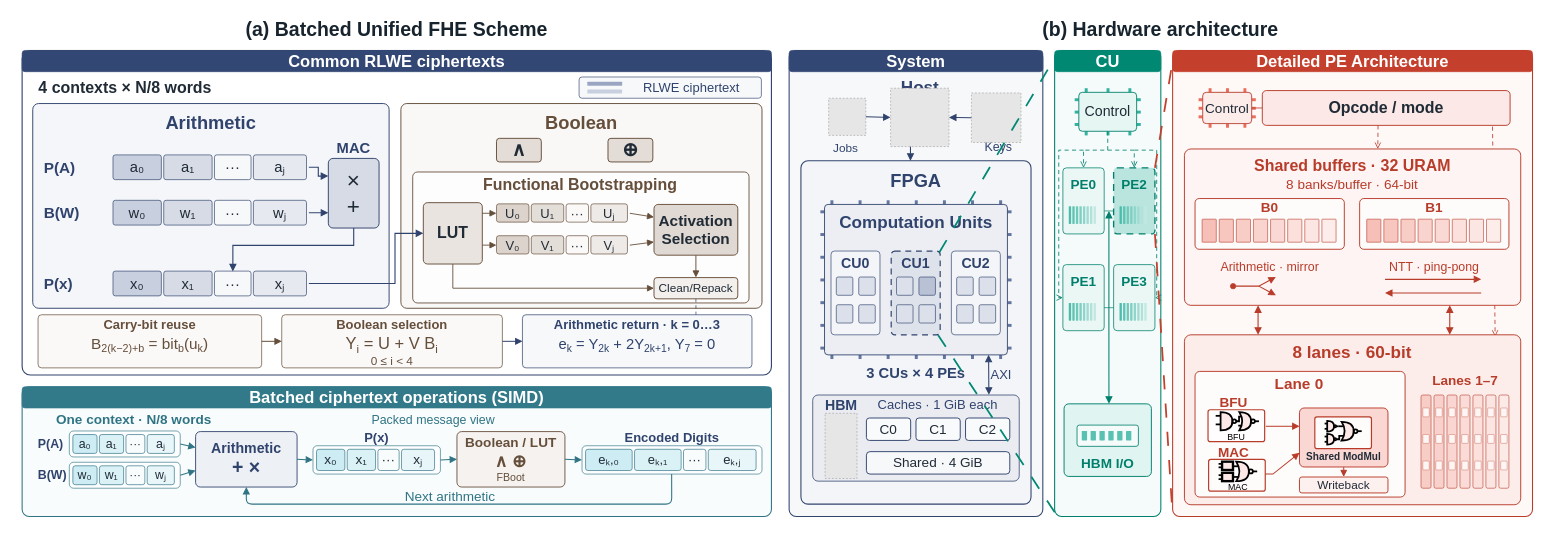
Before: all/DAC2026/CONVOY_Fig1.drawio in ZKY6662017/iodraw-files, a draw.io diagram. Source tidied: cells renumbered, new cells numbered last; positions are measured from the earlier drawing's top-left corner, leaving out a move shared by most shapes. Both pictures are drawn from the tidied source at 59%, with x=0, y=0 at pixel (10, 10). Pictures stored in the file or linked from it are replaced by grey dashed boxes.
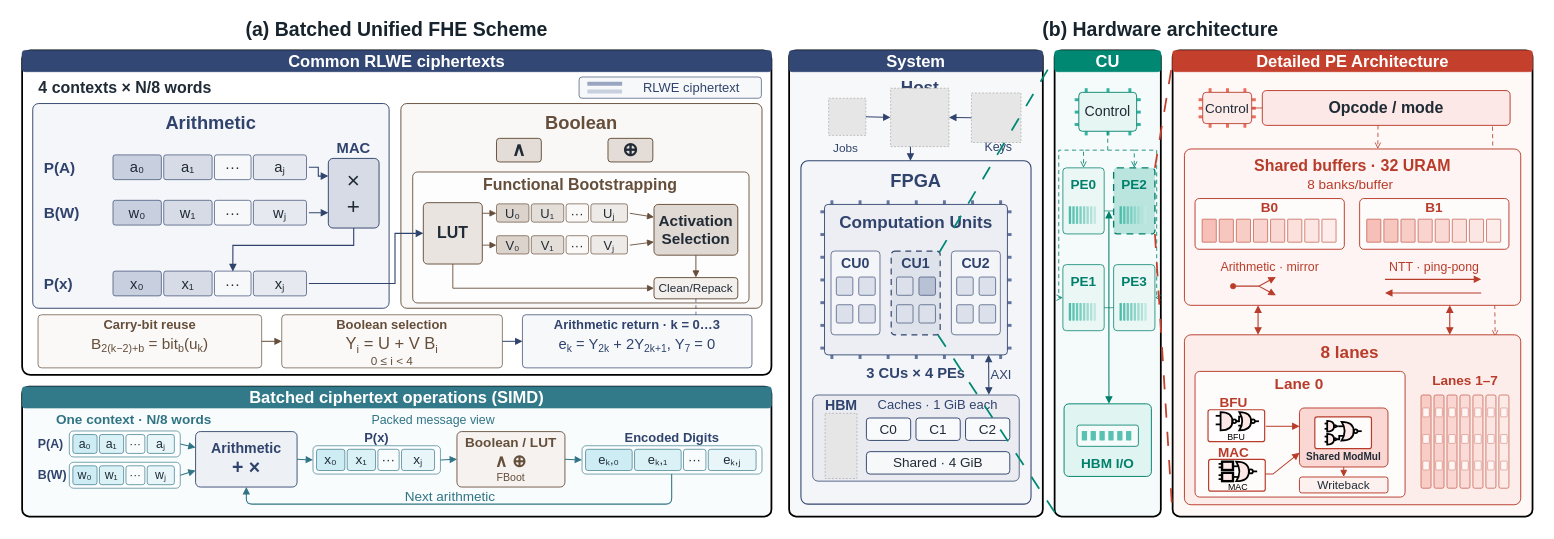
Above is the later version.

Change to the diagram source:
```diff
@@
-    <mxCell id="5" style="shape=rectangle;rounded=1;absoluteArcSize=1;arcSize=28;fillColor=#FFFFFF;strokeColor=#30436D;strokeWidth=1.9;html=1;whiteSpace=wrap;fontFamily=Arial;fontSize=23;fontColor=#202B36;align=center;verticalAlign=middle;spacing=0;spacingLeft=5;spacingRight=5;shadow=0;glass=0;gradientColor=none;overflow=visible;" parent="4" vertex="1">
+    <mxCell id="5" style="shape=rectangle;rounded=1;absoluteArcSize=1;arcSize=28;fillColor=#FFFFFF;strokeColor=#000000;strokeWidth=3;html=1;whiteSpace=wrap;fontFamily=Arial;fontSize=23;fontColor=#202B36;align=center;verticalAlign=middle;spacing=0;spacingLeft=5;spacingRight=5;shadow=0;glass=0;gradientColor=none;overflow=visible;" parent="4" vertex="1">
       <mxGeometry x="20" y="68" width="1270" height="550" as="geometry" />
     </mxCell>
@@
-    <mxCell id="83" style="shape=rectangle;rounded=1;absoluteArcSize=1;arcSize=24;fillColor=#F8FCFD;strokeColor=#307484;strokeWidth=1.8;html=1;whiteSpace=wrap;fontFamily=Arial;fontSize=23;fontColor=#202B36;align=center;verticalAlign=middle;spacing=0;spacingLeft=5;spacingRight=5;shadow=0;glass=0;gradientColor=none;overflow=visible;" parent="82" vertex="1">
+    <mxCell id="83" style="shape=rectangle;rounded=1;absoluteArcSize=1;arcSize=24;fillColor=#F8FCFD;strokeColor=#000000;strokeWidth=3;html=1;whiteSpace=wrap;fontFamily=Arial;fontSize=23;fontColor=#202B36;align=center;verticalAlign=middle;spacing=0;spacingLeft=5;spacingRight=5;shadow=0;glass=0;gradientColor=none;overflow=visible;" parent="82" vertex="1">
       <mxGeometry x="20" y="638" width="1270" height="220" as="geometry" />
     </mxCell>
@@
-    <mxCell id="121" style="shape=rectangle;rounded=1;absoluteArcSize=1;arcSize=24;fillColor=#F7F8FA;strokeColor=#30436D;strokeWidth=1.8;html=1;whiteSpace=wrap;fontFamily=Arial;fontSize=23;fontColor=#202B36;align=center;verticalAlign=middle;spacing=0;spacingLeft=5;spacingRight=5;shadow=0;glass=0;gradientColor=none;overflow=visible;" parent="120" vertex="1">
+    <mxCell id="121" style="shape=rectangle;rounded=1;absoluteArcSize=1;arcSize=24;fillColor=#F7F8FA;strokeColor=#000000;strokeWidth=3;html=1;whiteSpace=wrap;fontFamily=Arial;fontSize=23;fontColor=#202B36;align=center;verticalAlign=middle;spacing=0;spacingLeft=5;spacingRight=5;shadow=0;glass=0;gradientColor=none;overflow=visible;" parent="120" vertex="1">
       <mxGeometry x="1320" y="68" width="430" height="790" as="geometry" />
     </mxCell>
@@
-    <mxCell id="187" style="shape=rectangle;rounded=1;absoluteArcSize=1;arcSize=24;fillColor=#F5FBFA;strokeColor=#00806C;strokeWidth=1.8;html=1;whiteSpace=wrap;fontFamily=Arial;fontSize=23;fontColor=#202B36;align=center;verticalAlign=middle;spacing=0;spacingLeft=5;spacingRight=5;shadow=0;glass=0;gradientColor=none;overflow=visible;" parent="186" vertex="1">
+    <mxCell id="187" style="shape=rectangle;rounded=1;absoluteArcSize=1;arcSize=24;fillColor=#F5FBFA;strokeColor=#000000;strokeWidth=3;html=1;whiteSpace=wrap;fontFamily=Arial;fontSize=23;fontColor=#202B36;align=center;verticalAlign=middle;spacing=0;spacingLeft=5;spacingRight=5;shadow=0;glass=0;gradientColor=none;overflow=visible;" parent="186" vertex="1">
       <mxGeometry x="1770" y="68" width="180" height="790" as="geometry" />
     </mxCell>
@@
-    <mxCell id="261" style="shape=rectangle;rounded=1;absoluteArcSize=1;arcSize=24;fillColor=#FEF8F7;strokeColor=#B83C2A;strokeWidth=1.8;html=1;whiteSpace=wrap;fontFamily=Arial;fontSize=23;fontColor=#202B36;align=center;verticalAlign=middle;spacing=0;spacingLeft=5;spacingRight=5;shadow=0;glass=0;gradientColor=none;overflow=visible;" parent="260" vertex="1">
+    <mxCell id="261" style="shape=rectangle;rounded=1;absoluteArcSize=1;arcSize=24;fillColor=#FEF8F7;strokeColor=#000000;strokeWidth=3;html=1;whiteSpace=wrap;fontFamily=Arial;fontSize=23;fontColor=#202B36;align=center;verticalAlign=middle;spacing=0;spacingLeft=5;spacingRight=5;shadow=0;glass=0;gradientColor=none;overflow=visible;" parent="260" vertex="1">
       <mxGeometry x="1970" y="68" width="610" height="790" as="geometry" />
     </mxCell>
@@
-    <mxCell id="281" value="&lt;div style=&quot;font-family:Arial;font-size:23px;line-height:27.139999999999997px;font-weight:400;color:#B83C2A;white-space:nowrap&quot;&gt;8 banks/buffer · 64-bit&lt;/div&gt;" style="shape=rectangle;rounded=0;absoluteArcSize=1;arcSize=0;fillColor=none;strokeColor=none;strokeWidth=0;html=1;whiteSpace=wrap;fontFamily=Arial;fontSize=23;fontColor=#202B36;align=center;verticalAlign=middle;spacing=0;spacingLeft=5;spacingRight=5;shadow=0;glass=0;gradientColor=none;overflow=visible;" parent="260" vertex="1">
+    <mxCell id="281" value="&lt;div style=&quot;font-family: Arial; font-size: 23px; line-height: 27.14px; font-weight: 400; color: rgb(184, 60, 42); white-space: nowrap;&quot;&gt;8 banks/buffer&amp;nbsp;&lt;/div&gt;" style="shape=rectangle;rounded=0;absoluteArcSize=1;arcSize=0;fillColor=none;strokeColor=none;strokeWidth=0;html=1;whiteSpace=wrap;fontFamily=Arial;fontSize=23;fontColor=#202B36;align=center;verticalAlign=middle;spacing=0;spacingLeft=5;spacingRight=5;shadow=0;glass=0;gradientColor=none;overflow=visible;" parent="260" vertex="1">
       <mxGeometry x="2012" y="282" width="525" height="27" as="geometry" />
     </mxCell>
@@
-    <mxCell id="311" value="&lt;div style=&quot;font-family:Arial;font-size:29px;line-height:34.22px;font-weight:700;color:#B83C2A;white-space:nowrap&quot;&gt;8 lanes · 60-bit&lt;/div&gt;" style="shape=rectangle;rounded=0;absoluteArcSize=1;arcSize=0;fillColor=none;strokeColor=none;strokeWidth=0;html=1;whiteSpace=wrap;fontFamily=Arial;fontSize=23;fontColor=#202B36;align=center;verticalAlign=middle;spacing=0;spacingLeft=5;spacingRight=5;shadow=0;glass=0;gradientColor=none;overflow=visible;" parent="260" vertex="1">
+    <mxCell id="311" value="&lt;div style=&quot;font-family: Arial; font-size: 29px; line-height: 34.22px; font-weight: 700; color: rgb(184, 60, 42); white-space: nowrap;&quot;&gt;8 lanes&amp;nbsp;&lt;/div&gt;" style="shape=rectangle;rounded=0;absoluteArcSize=1;arcSize=0;fillColor=none;strokeColor=none;strokeWidth=0;html=1;whiteSpace=wrap;fontFamily=Arial;fontSize=23;fontColor=#202B36;align=center;verticalAlign=middle;spacing=0;spacingLeft=5;spacingRight=5;shadow=0;glass=0;gradientColor=none;overflow=visible;" parent="260" vertex="1">
       <mxGeometry x="2005" y="561" width="539" height="37" as="geometry" />
     </mxCell>
```
